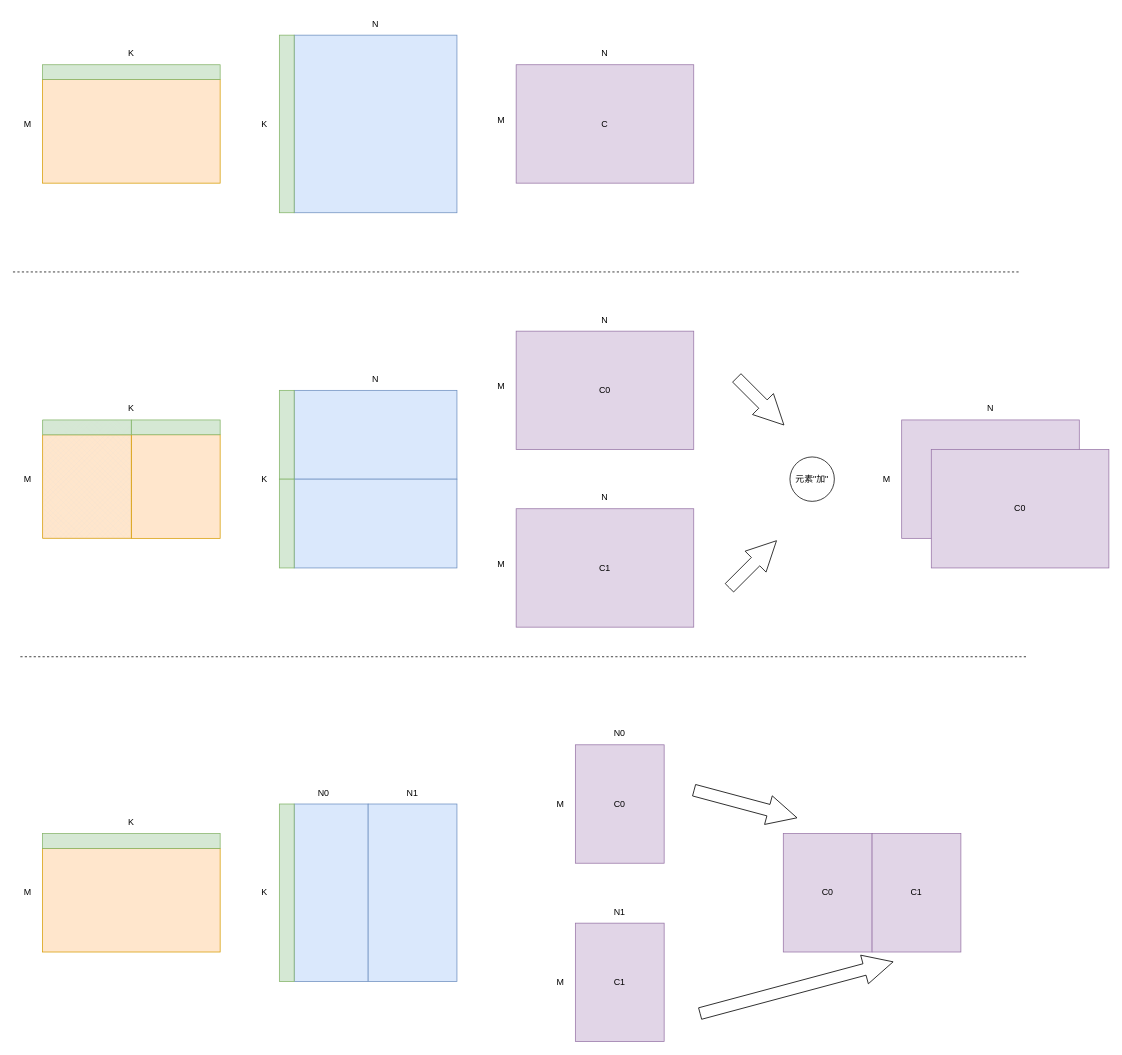
Earlier version of the draw.io diagram FC.drawio (alanzhai219/dive_into_framework). Source tidied: cells renumbered, new cells numbered last; positions are measured from the earlier drawing's top-left corner, leaving out a move shared by most shapes. Both pictures are drawn from the tidied source at 74%, with x=0, y=0 at pixel (13, 13).
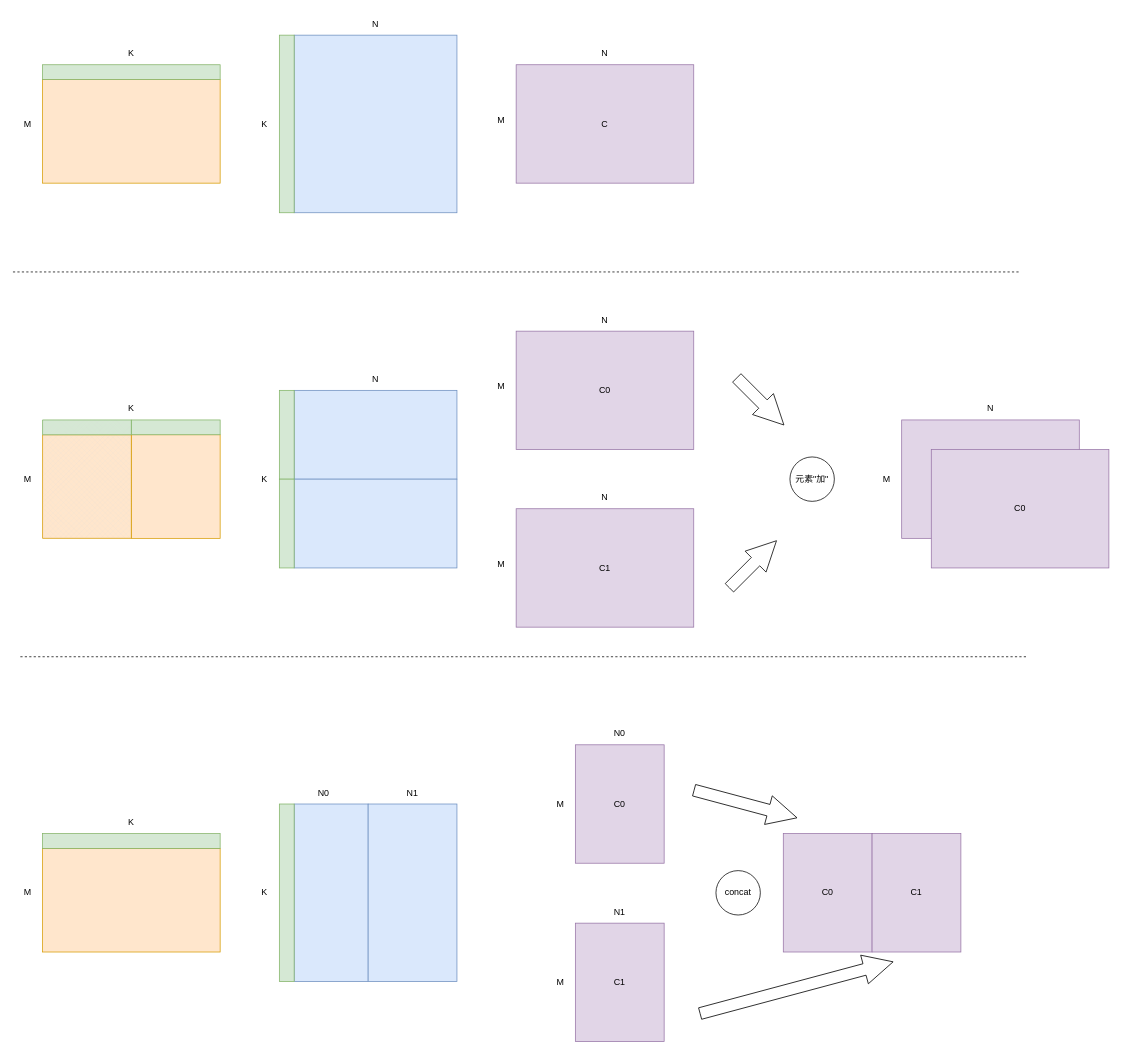
After the change.

The edit, as a diff of the source:
```diff
@@
+    <mxCell id="60" value="concat" style="ellipse;whiteSpace=wrap;html=1;" parent="1" vertex="1">
+      <mxGeometry x="950" y="1159" width="60" height="60" as="geometry" />
+    </mxCell>
```
